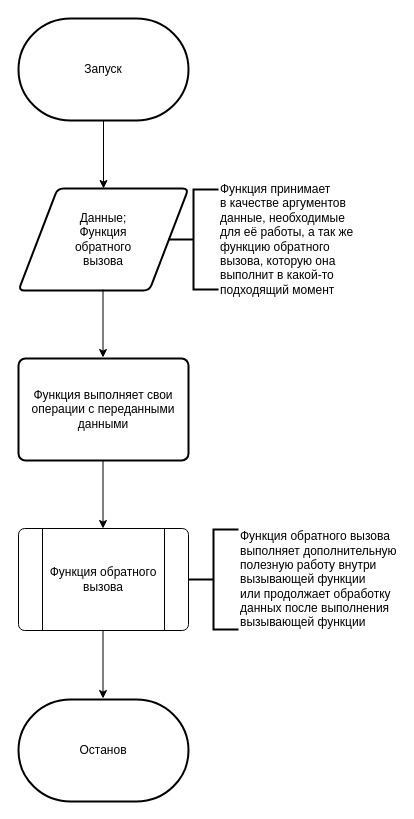
Before: docs/fp-patterns/flowcharts/callback.drawio in evgenylyozin/patterns, a draw.io diagram. Source tidied: cells renumbered, new cells numbered last; positions are measured from the earlier drawing's top-left corner, leaving out a move shared by most shapes. Both pictures are drawn from the tidied source at 100%, with x=0, y=0 at pixel (18, 18).
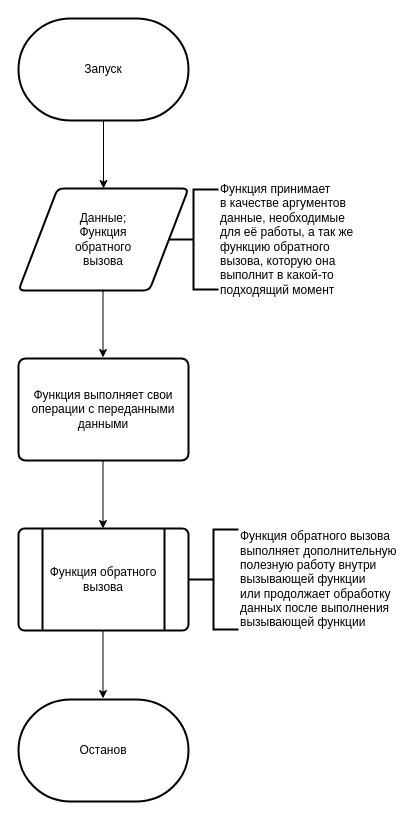
The same diagram, later.

Commit message (it also covers changes not shown here):
Добавлена блок-схема колбэка

Diff of the diagram source:
```diff
@@
 <mxGraphModel>
   <root>
     <mxCell id="0" />
     <mxCell id="1" parent="0" />
     <mxCell id="2" value="Запуск" style="strokeWidth=2;html=1;shape=mxgraph.flowchart.terminator;whiteSpace=wrap;" parent="1" vertex="1">
       <mxGeometry width="170" height="102" as="geometry" />
     </mxCell>
     <mxCell id="3" value="Данные;&lt;br&gt;Функция&lt;br&gt;обратного&lt;br&gt;вызова" style="shape=parallelogram;html=1;strokeWidth=2;perimeter=parallelogramPerimeter;whiteSpace=wrap;rounded=1;arcSize=12;size=0.23;" parent="1" vertex="1">
       <mxGeometry y="170" width="170" height="102" as="geometry" />
     </mxCell>
     <mxCell id="4" style="endArrow=classic;html=1;exitX=0.5;exitY=1;exitDx=0;exitDy=0;exitPerimeter=0;entryX=0.5;entryY=0;entryDx=0;entryDy=0;" parent="1" edge="1" source="2" target="3">
       <mxGeometry relative="1" as="geometry" />
     </mxCell>
     <mxCell id="5" value="Останов" style="strokeWidth=2;html=1;shape=mxgraph.flowchart.terminator;whiteSpace=wrap;" parent="1" vertex="1">
       <mxGeometry y="681" width="170" height="102" as="geometry" />
     </mxCell>
     <mxCell id="6" value="Функция принимает&lt;br&gt;в качестве аргументов&lt;br&gt;данные, необходимые&lt;br&gt;для её работы, а так же&lt;br&gt;функцию обратного&lt;br&gt;вызова, которую она&lt;br&gt;выполнит в какой-то&amp;nbsp;&lt;br&gt;подходящий момент" style="strokeWidth=2;html=1;shape=mxgraph.flowchart.annotation_2;align=left;labelPosition=right;" parent="1" vertex="1">
       <mxGeometry x="150" y="171" width="50" height="100" as="geometry" />
     </mxCell>
     <mxCell id="7" style="endArrow=classic;html=1;exitX=0.5;exitY=1;exitDx=0;exitDy=0;exitPerimeter=0;entryX=0.5;entryY=0;entryDx=0;entryDy=0;" parent="1" edge="1">
       <mxGeometry relative="1" as="geometry">
         <mxPoint x="84.5" y="271" as="sourcePoint" />
         <mxPoint x="84.5" y="339" as="targetPoint" />
       </mxGeometry>
     </mxCell>
     <mxCell id="8" value="Функция выполняет свои&lt;br&gt;операции с переданными&lt;br&gt;данными" style="rounded=1;whiteSpace=wrap;html=1;absoluteArcSize=1;arcSize=14;strokeWidth=2;" parent="1" vertex="1">
       <mxGeometry y="340" width="170" height="102" as="geometry" />
     </mxCell>
     <mxCell id="9" style="endArrow=classic;html=1;exitX=0.5;exitY=1;exitDx=0;exitDy=0;exitPerimeter=0;entryX=0.5;entryY=0;entryDx=0;entryDy=0;" parent="1" edge="1">
       <mxGeometry relative="1" as="geometry">
         <mxPoint x="84.5" y="442" as="sourcePoint" />
         <mxPoint x="84.5" y="510" as="targetPoint" />
       </mxGeometry>
     </mxCell>
-    <mxCell id="10" value="Функция обратного&lt;br&gt;вызова" style="verticalLabelPosition=middle;verticalAlign=middle;html=1;shape=process;whiteSpace=wrap;rounded=1;size=0.14;arcSize=6;labelPosition=center;align=center;" parent="1" vertex="1">
+    <mxCell id="10" value="Функция обратного&lt;br&gt;вызова" style="verticalLabelPosition=middle;verticalAlign=middle;html=1;shape=process;whiteSpace=wrap;rounded=1;size=0.14;arcSize=6;labelPosition=center;align=center;strokeWidth=2;" parent="1" vertex="1">
       <mxGeometry y="510" width="170" height="102" as="geometry" />
     </mxCell>
     <mxCell id="11" style="endArrow=classic;html=1;exitX=0.5;exitY=1;exitDx=0;exitDy=0;exitPerimeter=0;entryX=0.5;entryY=0;entryDx=0;entryDy=0;" parent="1" edge="1">
       <mxGeometry relative="1" as="geometry">
         <mxPoint x="84.5" y="612" as="sourcePoint" />
         <mxPoint x="84.5" y="680" as="targetPoint" />
       </mxGeometry>
     </mxCell>
     <mxCell id="12" value="Функция обратного вызова&lt;br&gt;&lt;div&gt;выполняет дополнительную&lt;/div&gt;&lt;div&gt;полезную работу внутри&lt;/div&gt;&lt;div&gt;вызывающей функции&lt;/div&gt;&lt;div&gt;или продолжает обработку&lt;/div&gt;&lt;div&gt;данных после выполнения&lt;/div&gt;&lt;div&gt;вызывающей функции&lt;/div&gt;" style="strokeWidth=2;html=1;shape=mxgraph.flowchart.annotation_2;align=left;labelPosition=right;" parent="1" vertex="1">
       <mxGeometry x="170" y="511" width="50" height="100" as="geometry" />
     </mxCell>
   </root>
 </mxGraphModel>
```
